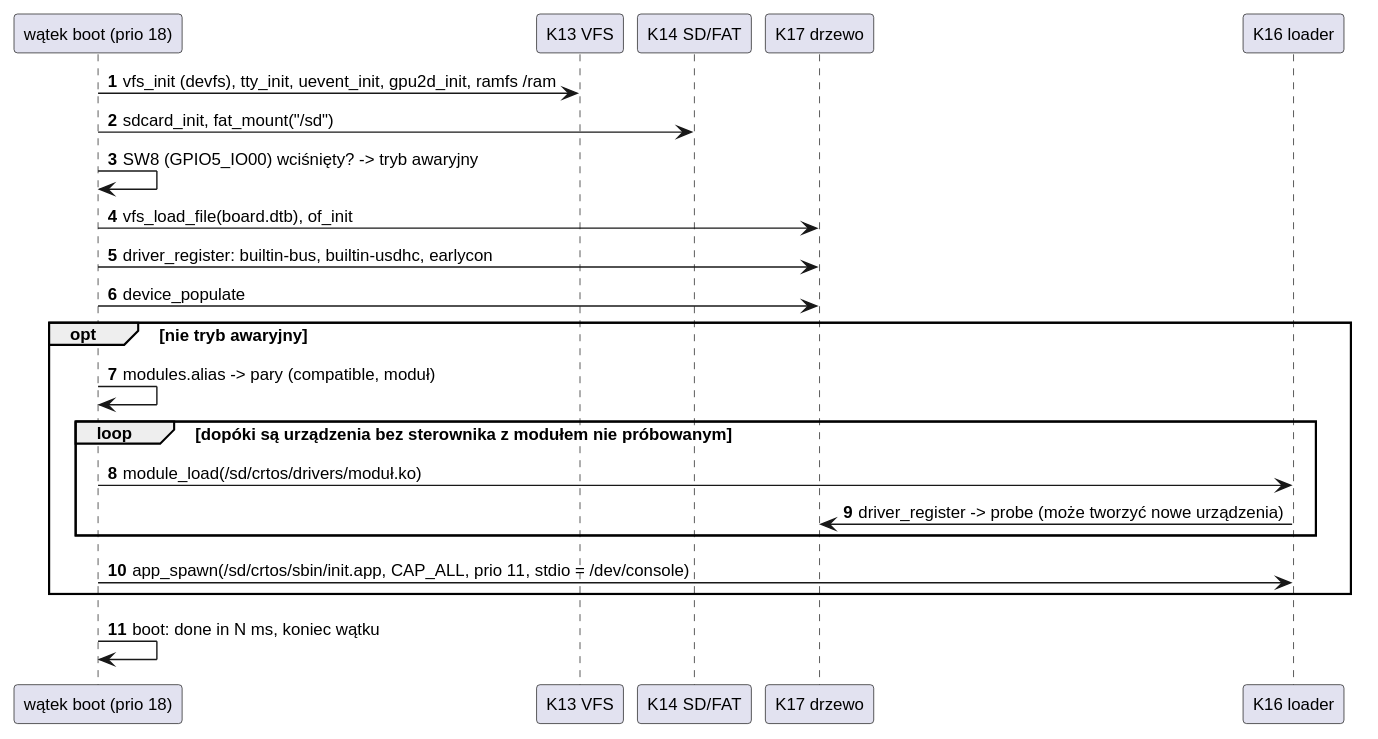
aroesz98/CRTOS keeps this PlantUML diagram as docs/specyfikacja/diagramy/K18/watek-boot.svg. Above is the earlier version. Source of this version:
```plantuml
@startuml
!include ../styl.iuml
autonumber
participant "wątek boot (prio 18)" as B
participant "K13 VFS" as V
participant "K14 SD/FAT" as S
participant "K17 drzewo" as O
participant "K16 loader" as L
    B -> V : vfs_init (devfs), tty_init, uevent_init, gpu2d_init, ramfs /ram
    B -> S : sdcard_init, fat_mount("/sd")
    B -> B : SW8 (GPIO5_IO00) wciśnięty? -> tryb awaryjny
    B -> O : vfs_load_file(board.dtb), of_init
    B -> O : driver_register: builtin-bus, builtin-usdhc, earlycon
    B -> O : device_populate
    opt nie tryb awaryjny
        B -> B : modules.alias -> pary (compatible, moduł)
        loop dopóki są urządzenia bez sterownika z modułem nie próbowanym
            B -> L : module_load(/sd/crtos/drivers/moduł.ko)
            L -> O : driver_register -> probe (może tworzyć nowe urządzenia)
        end
        B -> L : app_spawn(/sd/crtos/sbin/init.app, CAP_ALL, prio 11, stdio = /dev/console)
    end
    B -> B : boot: done in N ms, koniec wątku
@enduml
```
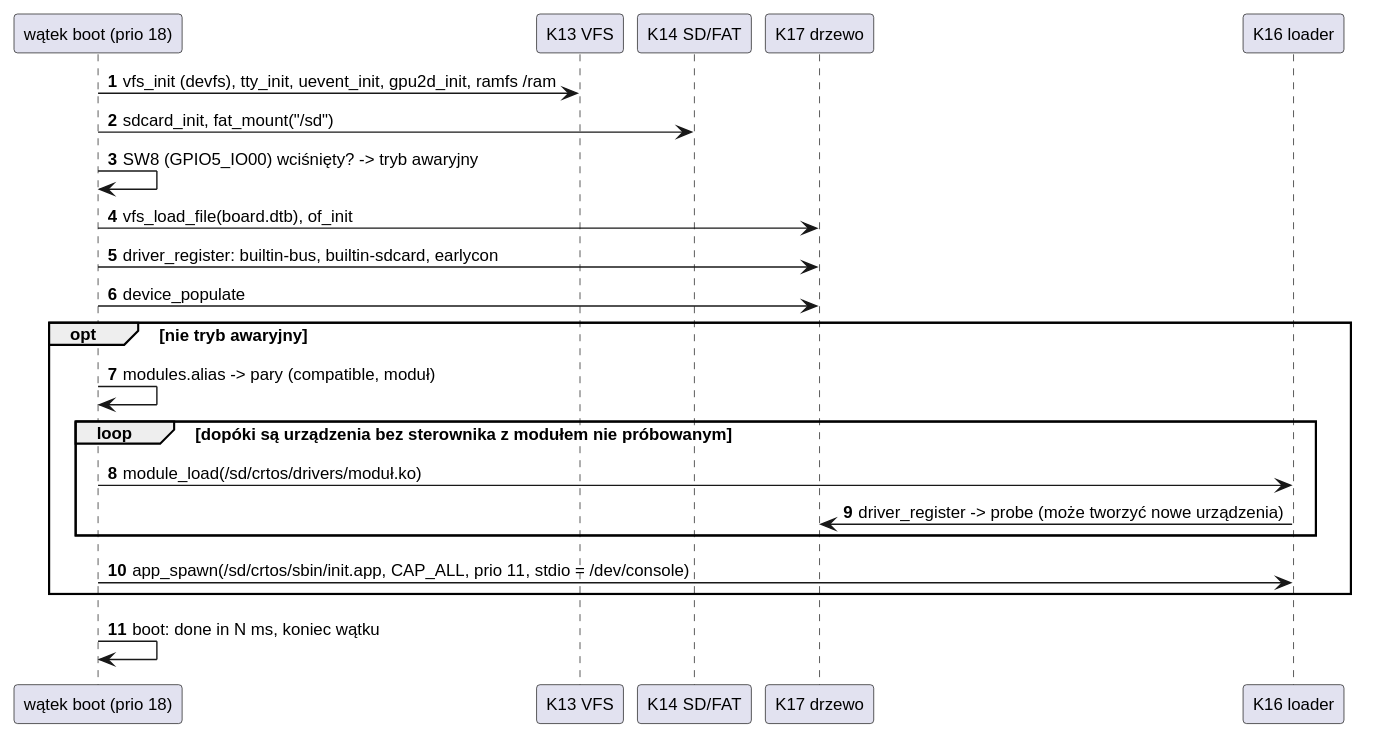
After the commit.

What changed in the source:
```diff
@@ -10,7 +10,7 @@
     B -> S : sdcard_init, fat_mount("/sd")
     B -> B : SW8 (GPIO5_IO00) wciśnięty? -> tryb awaryjny
     B -> O : vfs_load_file(board.dtb), of_init
-    B -> O : driver_register: builtin-bus, builtin-usdhc, earlycon
+    B -> O : driver_register: builtin-bus, builtin-sdcard, earlycon
     B -> O : device_populate
     opt nie tryb awaryjny
         B -> B : modules.alias -> pary (compatible, moduł)
```
